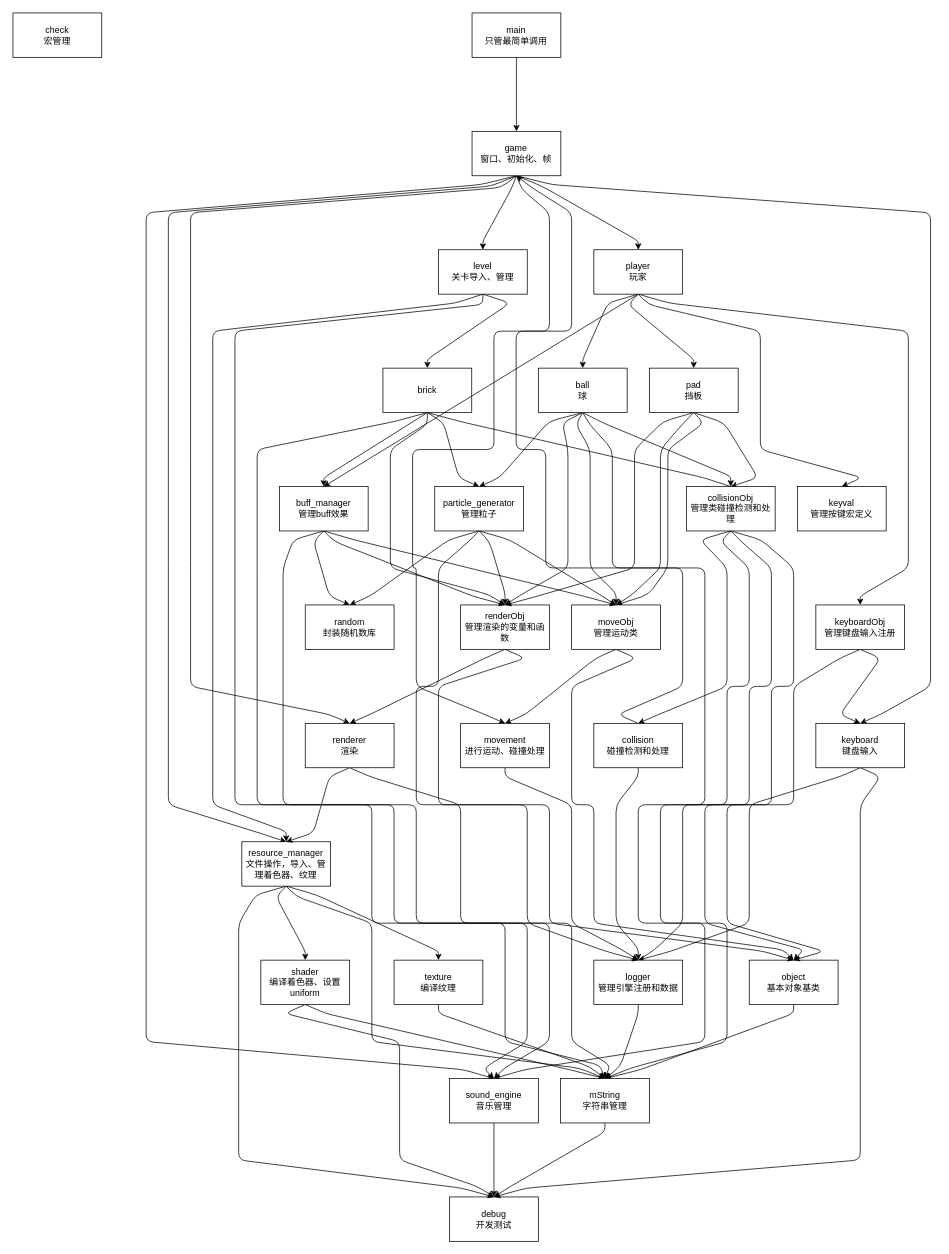
This is architecture.drawio from HFBYM/breakout_redux, a draw.io file, before an edit. Source tidied: cells renumbered, new cells numbered last; positions are measured from the earlier drawing's top-left corner, leaving out a move shared by most shapes. Both pictures are drawn from the tidied source at 74%, with x=0, y=0 at pixel (13, 13).
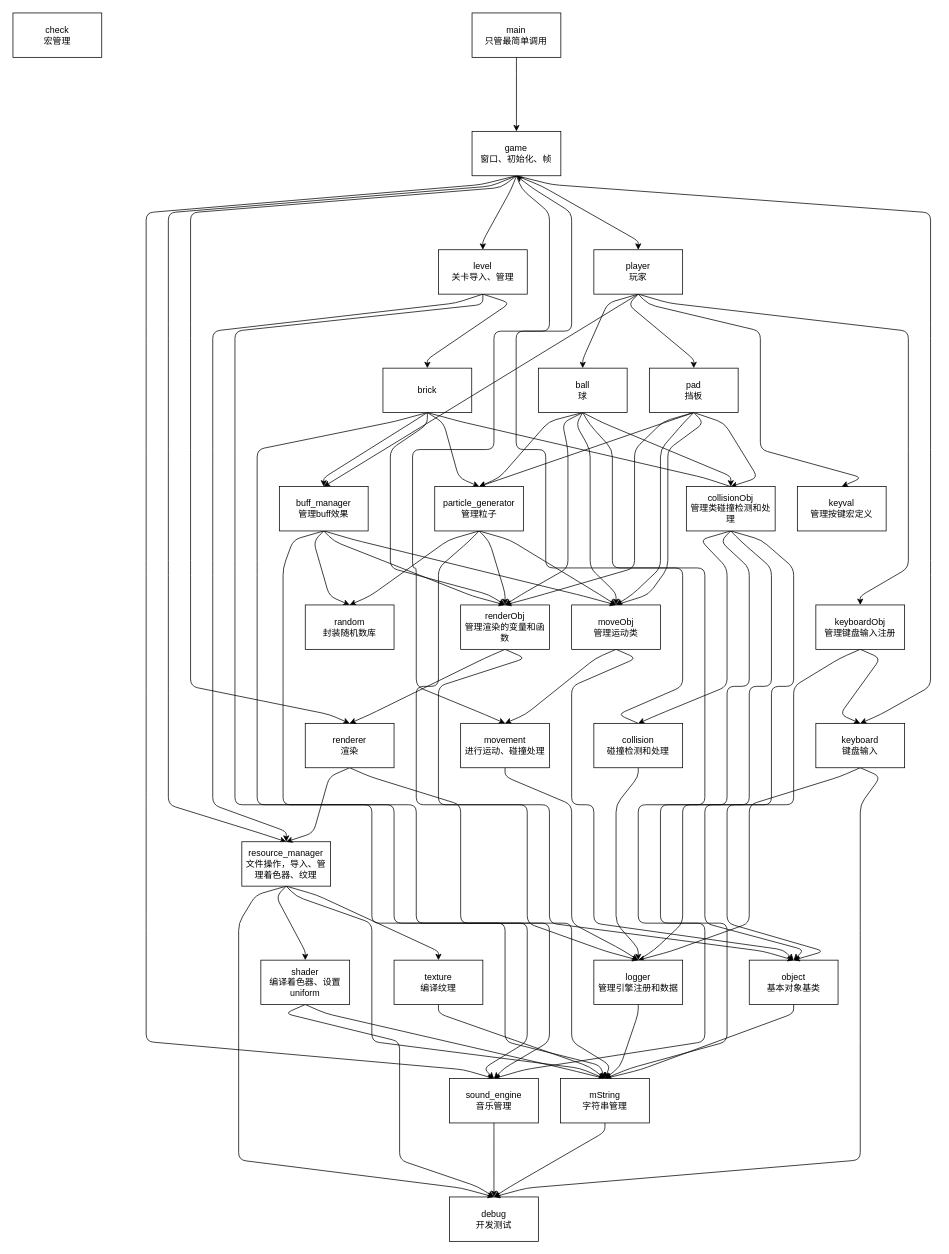
After the change.

The change refers to these unchanged cells:
```xml
<mxCell id="51" value="pad&lt;br&gt;挡板" style="rounded=0;whiteSpace=wrap;html=1;" parent="1" vertex="1">
  <mxGeometry x="860" y="480" width="120" height="60" as="geometry" />
</mxCell>
<mxCell id="81" value="particle_generator&lt;br&gt;管理粒子" style="rounded=0;whiteSpace=wrap;html=1;" parent="1" vertex="1">
  <mxGeometry x="570" y="640" width="120" height="60" as="geometry" />
</mxCell>
```

What changed in the source:
```diff
@@
+    <mxCell id="96" style="edgeStyle=none;html=1;exitX=0.5;exitY=1;exitDx=0;exitDy=0;entryX=0.5;entryY=0;entryDx=0;entryDy=0;" parent="1" edge="1" source="51" target="81">
+      <mxGeometry relative="1" as="geometry" />
+    </mxCell>
```
